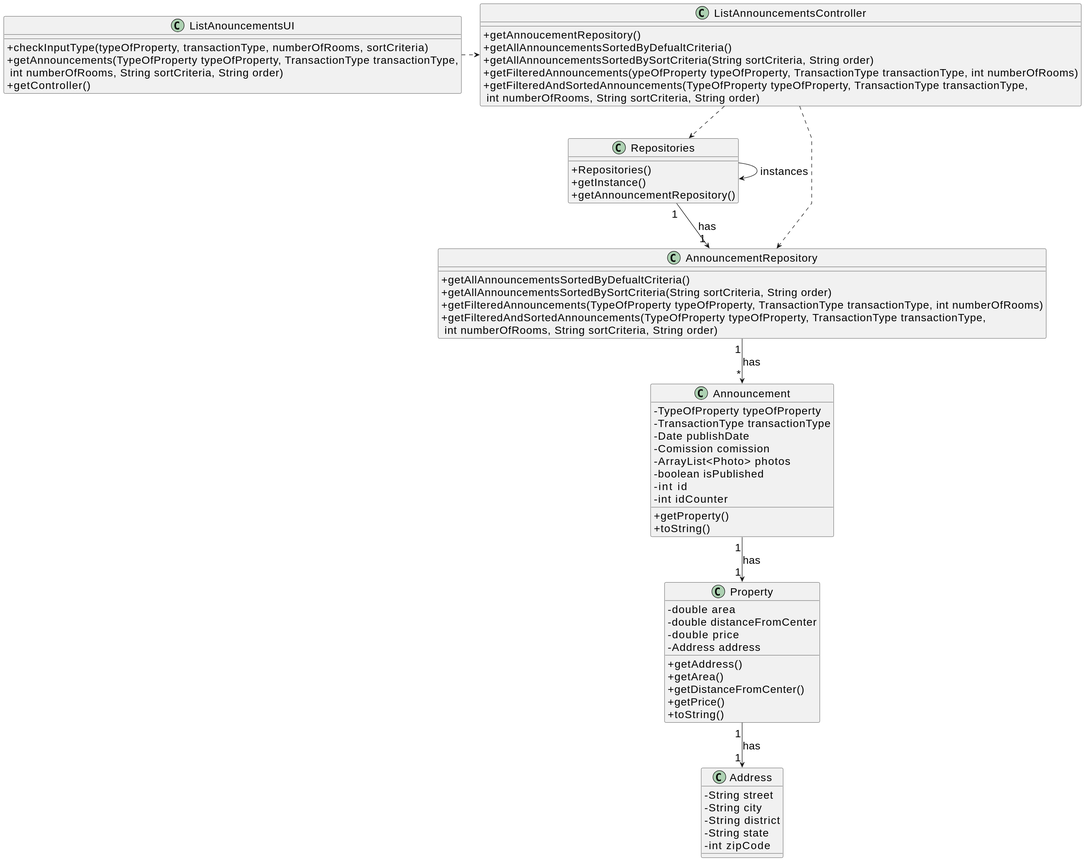
This is docs/sprintB/us001/03.design/svg/us001-class-diagram.svg from Goncalves2525/real-estate-management-system, a PlantUML export, as it was before one commit.
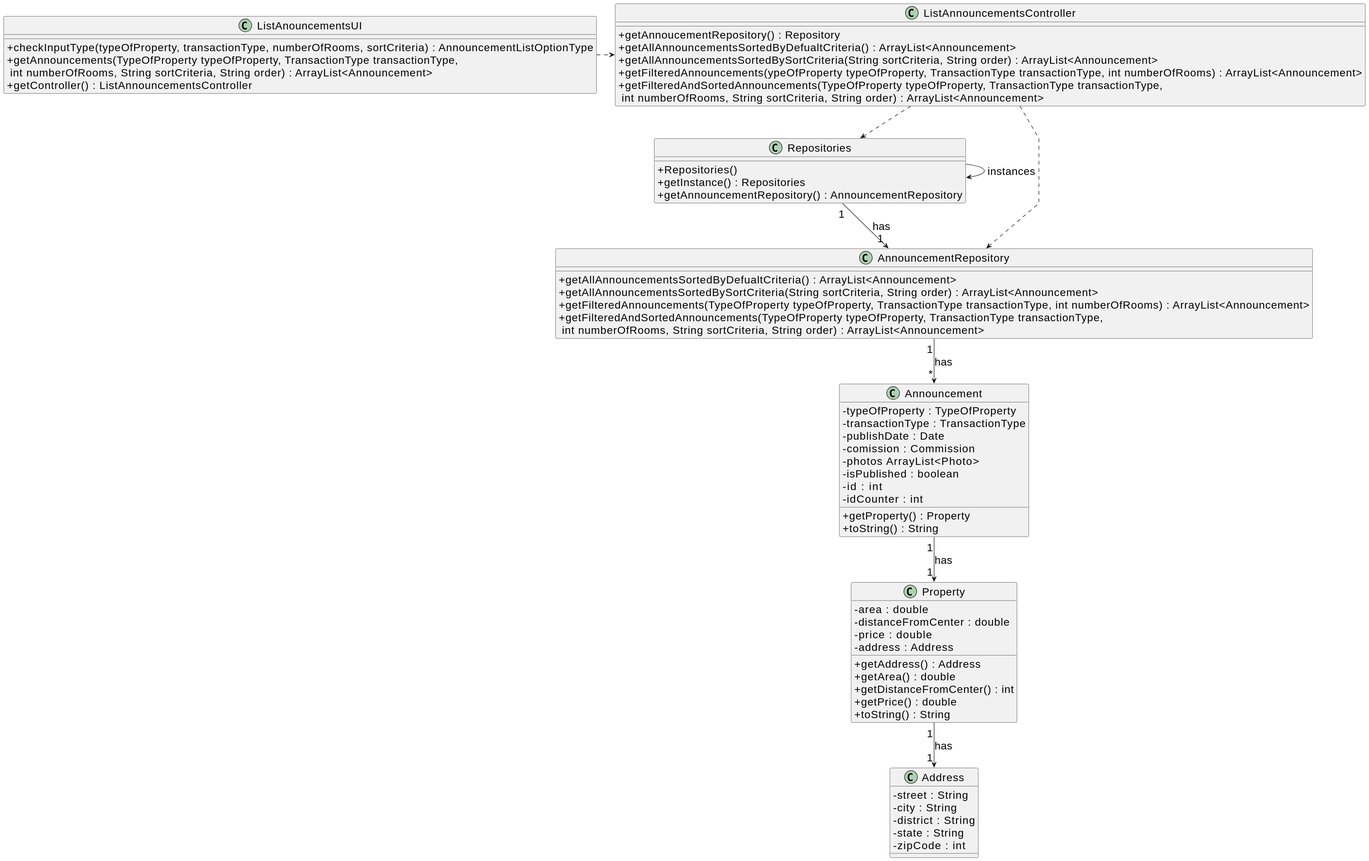
Above is the later version.

Diff of the diagram source:
```diff
@@ -7,63 +7,63 @@
 skinparam classAttributeIconSize 0
 
 class Property{
-    - double area
-    - double distanceFromCenter
-    - double price
-    - Address address
-    + getAddress()
-    + getArea()
-    + getDistanceFromCenter()
-    + getPrice()
-    + toString()
+      - area : double
+      - distanceFromCenter : double
+      - price : double
+      - address : Address
+      + getAddress() : Address
+      + getArea() : double
+      + getDistanceFromCenter() : int
+      + getPrice() : double
+      + toString() : String
 }
 
 class Announcement {
-    - TypeOfProperty typeOfProperty
-    - TransactionType transactionType
-    - Date publishDate
-    - Comission comission
-    - ArrayList<Photo> photos
-    - boolean isPublished
-    - int id
-    - int idCounter
-    + getProperty()
-    + toString()
+   - typeOfProperty : TypeOfProperty
+   - transactionType : TransactionType
+   - publishDate : Date
+   - comission : Commission
+   - photos ArrayList<Photo>
+   - isPublished : boolean
+   - id : int
+   - idCounter : int
+   + getProperty() : Property
+   + toString() : String
 }
 
 class AnnouncementRepository {
-    +getAllAnnouncementsSortedByDefualtCriteria()
-    +getAllAnnouncementsSortedBySortCriteria(String sortCriteria, String order)
-    +getFilteredAnnouncements(TypeOfProperty typeOfProperty, TransactionType transactionType, int numberOfRooms)
-    +getFilteredAndSortedAnnouncements(TypeOfProperty typeOfProperty, TransactionType transactionType,\n int numberOfRooms, String sortCriteria, String order)
+    +getAllAnnouncementsSortedByDefualtCriteria() : ArrayList<Announcement>
+    +getAllAnnouncementsSortedBySortCriteria(String sortCriteria, String order) : ArrayList<Announcement>
+    +getFilteredAnnouncements(TypeOfProperty typeOfProperty, TransactionType transactionType, int numberOfRooms) : ArrayList<Announcement>
+    +getFilteredAndSortedAnnouncements(TypeOfProperty typeOfProperty, TransactionType transactionType,\n int numberOfRooms, String sortCriteria, String order) : ArrayList<Announcement>
 }
 
 class Repositories {
     +Repositories()
-    +getInstance()
-    +getAnnouncementRepository()
+    +getInstance() : Repositories
+    +getAnnouncementRepository() : AnnouncementRepository
 }
 
 class ListAnnouncementsController {
-    +getAnnoucementRepository()
-    +getAllAnnouncementsSortedByDefualtCriteria()
-    +getAllAnnouncementsSortedBySortCriteria(String sortCriteria, String order)
-    +getFilteredAnnouncements(ypeOfProperty typeOfProperty, TransactionType transactionType, int numberOfRooms)
-    +getFilteredAndSortedAnnouncements(TypeOfProperty typeOfProperty, TransactionType transactionType,\n int numberOfRooms, String sortCriteria, String order)
+     +getAnnoucementRepository() : Repository
+     +getAllAnnouncementsSortedByDefualtCriteria() : ArrayList<Announcement>
+     +getAllAnnouncementsSortedBySortCriteria(String sortCriteria, String order) : ArrayList<Announcement>
+     +getFilteredAnnouncements(ypeOfProperty typeOfProperty, TransactionType transactionType, int numberOfRooms) : ArrayList<Announcement>
+     +getFilteredAndSortedAnnouncements(TypeOfProperty typeOfProperty, TransactionType transactionType,\n int numberOfRooms, String sortCriteria, String order) : ArrayList<Announcement>
 }
 
 class ListAnouncementsUI {
-+checkInputType(typeOfProperty, transactionType, numberOfRooms, sortCriteria)
-+getAnnouncements(TypeOfProperty typeOfProperty, TransactionType transactionType,\n int numberOfRooms, String sortCriteria, String order)
-+getController()
+    +checkInputType(typeOfProperty, transactionType, numberOfRooms, sortCriteria) : AnnouncementListOptionType
+    +getAnnouncements(TypeOfProperty typeOfProperty, TransactionType transactionType,\n int numberOfRooms, String sortCriteria, String order) : ArrayList<Announcement>
+    +getController() : ListAnnouncementsController
 }
 
 class Address{
-    - String street
-    - String city
-    - String district
-    - String state
-    - int zipCode
+    - street : String
+    - city : String
+    - district : String
+    - state : String
+    - zipCode : int
 }
 
 Repositories -> Repositories : instances
```
